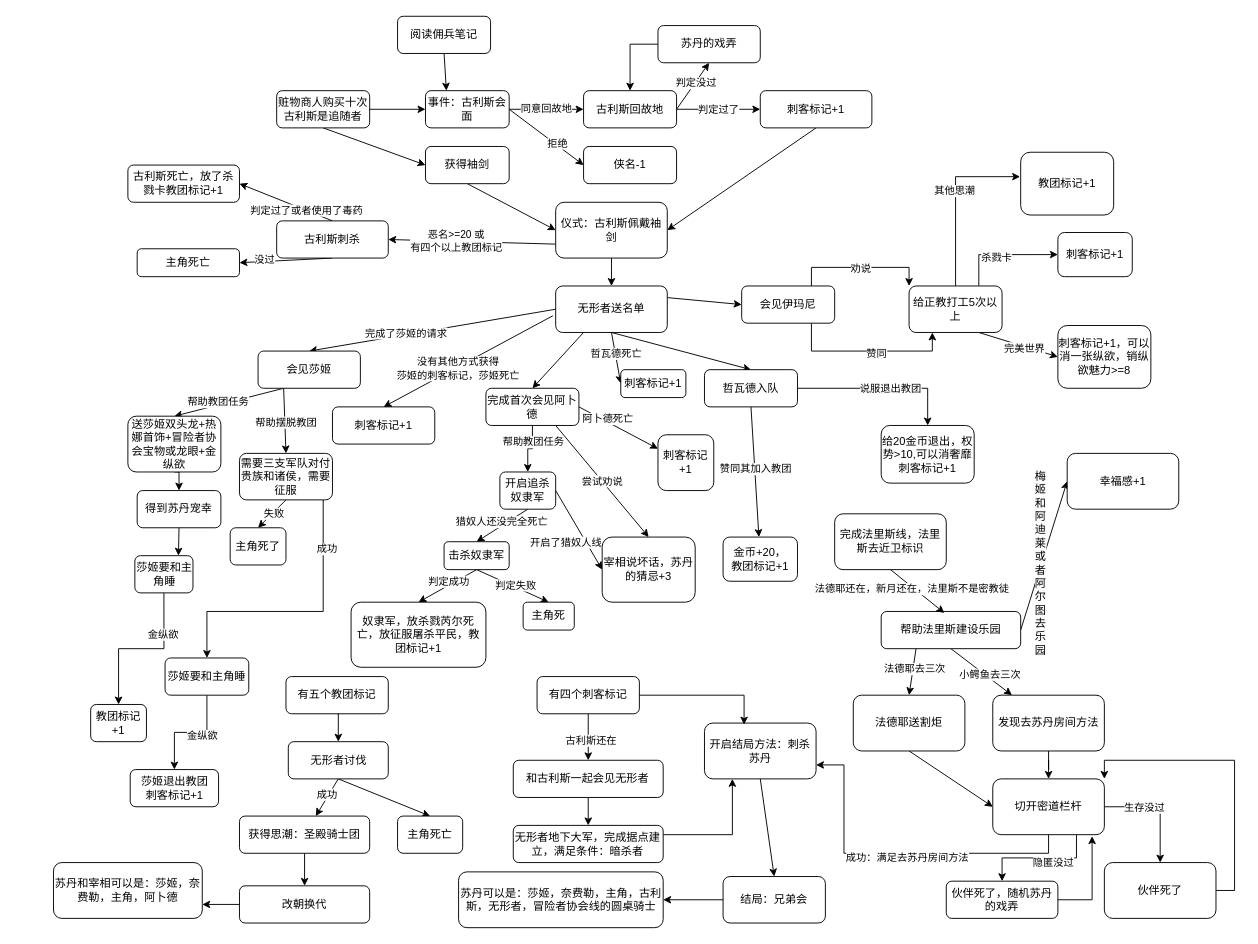
Earlier version of the draw.io diagram workflow/ac.drawio (dixiyao/Sudan-Mod). Source tidied: cells renumbered, new cells numbered last; positions are measured from the earlier drawing's top-left corner, leaving out a move shared by most shapes. Both pictures are drawn from the tidied source at 93%, with x=0, y=0 at pixel (53, 16).
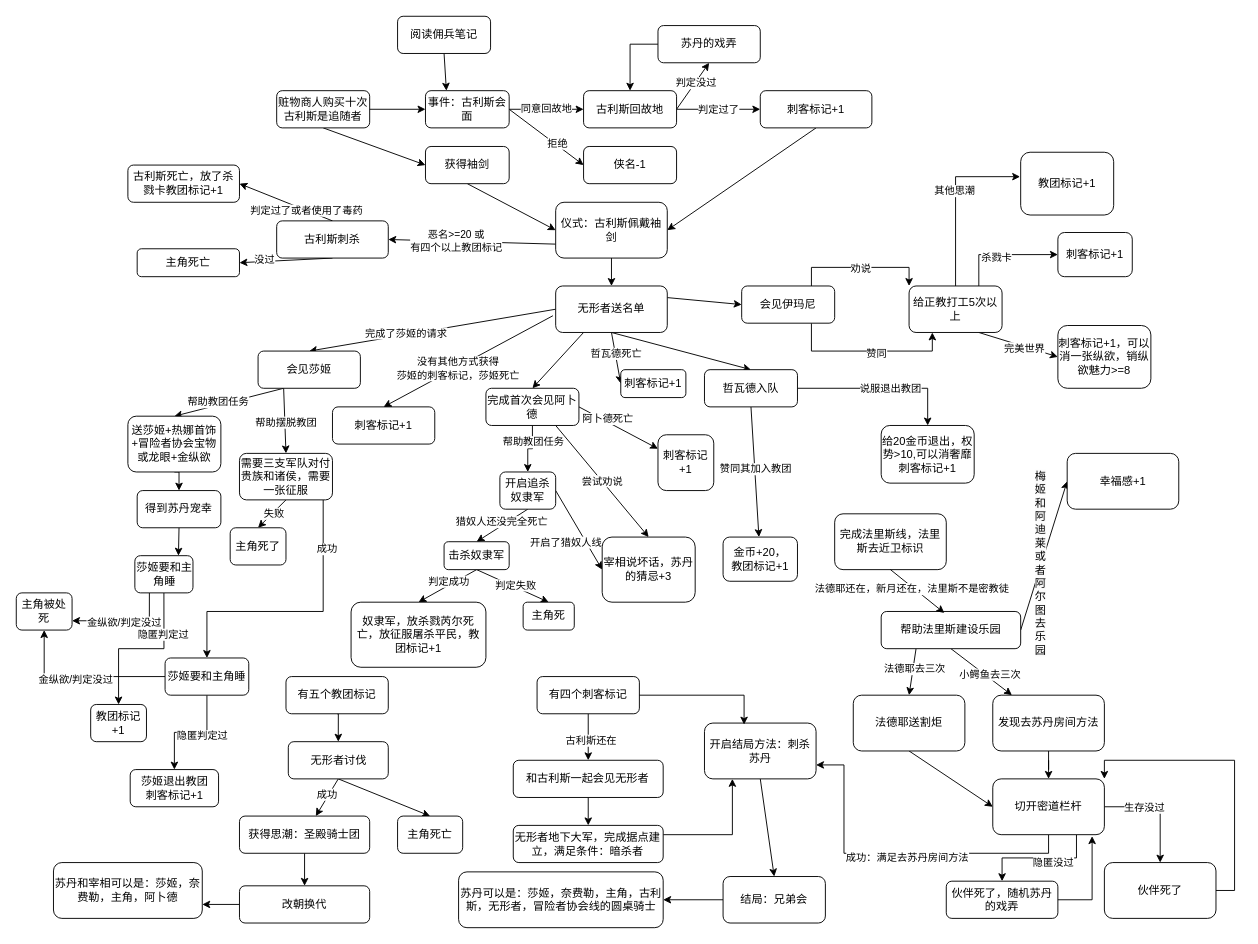
The same diagram, later.

Unchanged cells that the change refers to:
```xml
<mxCell id="60" style="edgeStyle=orthogonalEdgeStyle;rounded=0;jettySize=auto;html=1;exitX=0.5;exitY=1;exitDx=0;exitDy=0;entryX=0.5;entryY=0;entryDx=0;entryDy=0;" parent="1" edge="1" source="62" target="152">
  <mxGeometry relative="1" as="geometry" />
</mxCell>
<mxCell id="62" value="莎姬要和主角睡&lt;div&gt;&lt;/div&gt;" style="rounded=1;whiteSpace=wrap;html=1;" parent="1" vertex="1">
  <mxGeometry x="120" y="690" width="90" height="40" as="geometry" />
</mxCell>
<mxCell id="154" style="edgeStyle=orthogonalEdgeStyle;rounded=0;jettySize=auto;html=1;exitX=0.5;exitY=1;exitDx=0;exitDy=0;entryX=0.5;entryY=0;entryDx=0;entryDy=0;" parent="1" edge="1" source="156" target="157">
  <mxGeometry relative="1" as="geometry" />
</mxCell>
<mxCell id="156" value="莎姬要和主角睡&lt;div&gt;&lt;/div&gt;" style="rounded=1;whiteSpace=wrap;html=1;" parent="1" vertex="1">
  <mxGeometry x="87.5" y="580" width="62.5" height="40" as="geometry" />
</mxCell>
```

Change to the diagram source:
```diff
@@
-    <mxCell id="51" value="送莎姬双头龙+热娜首饰+冒险者协会宝物或龙眼+金纵欲" style="rounded=1;whiteSpace=wrap;html=1;" parent="1" vertex="1">
+    <mxCell id="51" value="送莎姬+热娜首饰+冒险者协会宝物或龙眼+金纵欲" style="rounded=1;whiteSpace=wrap;html=1;" parent="1" vertex="1">
       <mxGeometry x="80" y="430" width="100" height="60" as="geometry" />
     </mxCell>
@@
-    <mxCell id="58" value="需要三支军队对付贵族和诸侯，需要征服" style="rounded=1;whiteSpace=wrap;html=1;" parent="1" vertex="1">
+    <mxCell id="58" value="需要三支军队对付贵族和诸侯，需要一张征服" style="rounded=1;whiteSpace=wrap;html=1;" parent="1" vertex="1">
       <mxGeometry x="200" y="470" width="100" height="50" as="geometry" />
     </mxCell>
@@
-    <mxCell id="61" value="金纵欲" style="edgeLabel;html=1;align=center;verticalAlign=middle;" parent="60" vertex="1">
+    <mxCell id="61" value="隐匿判定过" style="edgeLabel;html=1;align=center;verticalAlign=middle;" parent="60" vertex="1">
       <mxGeometry x="-0.2" y="3" relative="1" as="geometry" />
     </mxCell>
+    <mxCell id="162" style="edgeStyle=orthogonalEdgeStyle;rounded=0;jettySize=auto;html=1;exitX=0;exitY=0.5;exitDx=0;exitDy=0;entryX=0.5;entryY=1;entryDx=0;entryDy=0;" parent="1" edge="1" source="62" target="166">
+      <mxGeometry relative="1" as="geometry" />
+    </mxCell>
+    <mxCell id="163" value="金纵欲/判定没过" style="edgeLabel;html=1;align=center;verticalAlign=middle;" parent="162" vertex="1">
+      <mxGeometry x="0.09" y="3" relative="1" as="geometry">
+        <mxPoint x="1" y="-1" as="offset" />
+      </mxGeometry>
+    </mxCell>
@@
-    <mxCell id="155" value="金纵欲" style="edgeLabel;html=1;align=center;verticalAlign=middle;" parent="154" vertex="1">
+    <mxCell id="155" value="隐匿判定过" style="edgeLabel;html=1;align=center;verticalAlign=middle;" parent="154" vertex="1">
       <mxGeometry x="-0.48" y="-1" relative="1" as="geometry" />
     </mxCell>
+    <mxCell id="164" style="edgeStyle=orthogonalEdgeStyle;rounded=0;jettySize=auto;html=1;exitX=0.25;exitY=1;exitDx=0;exitDy=0;entryX=1;entryY=0.75;entryDx=0;entryDy=0;" parent="1" edge="1" source="156" target="166">
+      <mxGeometry relative="1" as="geometry" />
+    </mxCell>
+    <mxCell id="165" value="金纵欲/判定没过" style="edgeLabel;html=1;align=center;verticalAlign=middle;" parent="164" vertex="1">
+      <mxGeometry x="0.02" y="1" relative="1" as="geometry" />
+    </mxCell>
@@
+    <mxCell id="166" value="主角被处死" style="rounded=1;whiteSpace=wrap;html=1;" parent="1" vertex="1">
+      <mxGeometry x="-40" y="620" width="60" height="40" as="geometry" />
+    </mxCell>
```
